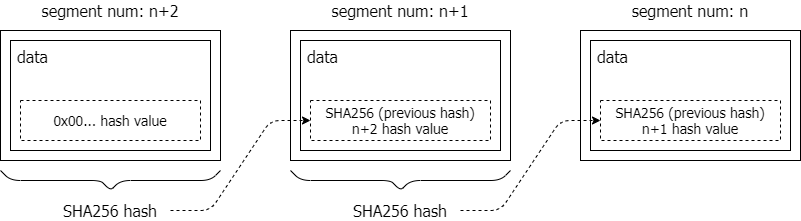
Earlier version of the draw.io export img/acm21-hash01.png (uni2u/difs). Source tidied: cells renumbered, new cells last; positions are measured from the earlier drawing's top-left corner, leaving out a move shared by most shapes.
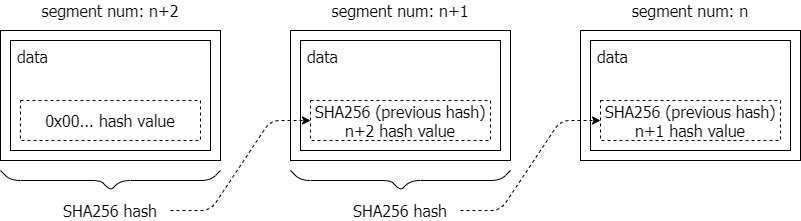
After the commit.

Change to the diagram source:
```diff
@@ -8,7 +8,7 @@
     <mxCell id="3" value="&amp;nbsp;data" style="rounded=0;whiteSpace=wrap;html=1;fontFamily=Tahoma;fontSize=16;align=left;verticalAlign=top;" parent="1" vertex="1">
       <mxGeometry x="10" y="40" width="200" height="110" as="geometry" />
     </mxCell>
-    <mxCell id="4" value="0x00... hash value" style="rounded=0;whiteSpace=wrap;html=1;fontFamily=Tahoma;fontSize=14;align=center;dashed=1;" parent="1" vertex="1">
+    <mxCell id="4" value="0x00... hash value" style="rounded=0;whiteSpace=wrap;html=1;fontFamily=Tahoma;fontSize=16;align=center;dashed=1;" parent="1" vertex="1">
       <mxGeometry x="20" y="100" width="180" height="40" as="geometry" />
     </mxCell>
     <mxCell id="5" style="rounded=0;whiteSpace=wrap;html=1;fontFamily=Tahoma;fontSize=16;" parent="1" vertex="1">
@@ -17,7 +17,7 @@
     <mxCell id="6" value="&amp;nbsp;data" style="rounded=0;whiteSpace=wrap;html=1;fontFamily=Tahoma;fontSize=16;align=left;verticalAlign=top;" parent="1" vertex="1">
       <mxGeometry x="300" y="40" width="200" height="110" as="geometry" />
     </mxCell>
-    <mxCell id="7" value="SHA256 (previous hash)&lt;br&gt;n+2 hash value" style="rounded=0;whiteSpace=wrap;html=1;fontFamily=Tahoma;fontSize=14;align=center;dashed=1;" parent="1" vertex="1">
+    <mxCell id="7" value="SHA256 (previous hash)&lt;br style=&quot;font-size: 16px;&quot;&gt;n+2 hash value" style="rounded=0;whiteSpace=wrap;html=1;fontFamily=Tahoma;fontSize=16;align=center;dashed=1;" parent="1" vertex="1">
       <mxGeometry x="310" y="100" width="180" height="40" as="geometry" />
     </mxCell>
     <mxCell id="8" style="rounded=0;whiteSpace=wrap;html=1;fontFamily=Tahoma;fontSize=16;" parent="1" vertex="1">
@@ -26,7 +26,7 @@
     <mxCell id="9" value="&amp;nbsp;data" style="rounded=0;whiteSpace=wrap;html=1;fontFamily=Tahoma;fontSize=16;align=left;verticalAlign=top;" parent="1" vertex="1">
       <mxGeometry x="590" y="40" width="200" height="110" as="geometry" />
     </mxCell>
-    <mxCell id="10" value="SHA256 (previous hash)&lt;br&gt;n+1 hash value" style="rounded=0;whiteSpace=wrap;html=1;fontFamily=Tahoma;fontSize=14;align=center;dashed=1;" parent="1" vertex="1">
+    <mxCell id="10" value="SHA256 (previous hash)&lt;br style=&quot;font-size: 16px;&quot;&gt;n+1 hash value" style="rounded=0;whiteSpace=wrap;html=1;fontFamily=Tahoma;fontSize=16;align=center;dashed=1;" parent="1" vertex="1">
       <mxGeometry x="600" y="100" width="180" height="40" as="geometry" />
     </mxCell>
     <mxCell id="11" value="segment num: n+2" style="text;html=1;strokeColor=none;fillColor=none;align=center;verticalAlign=middle;whiteSpace=wrap;rounded=0;dashed=1;fontFamily=Tahoma;fontSize=16;" parent="1" vertex="1">
```
